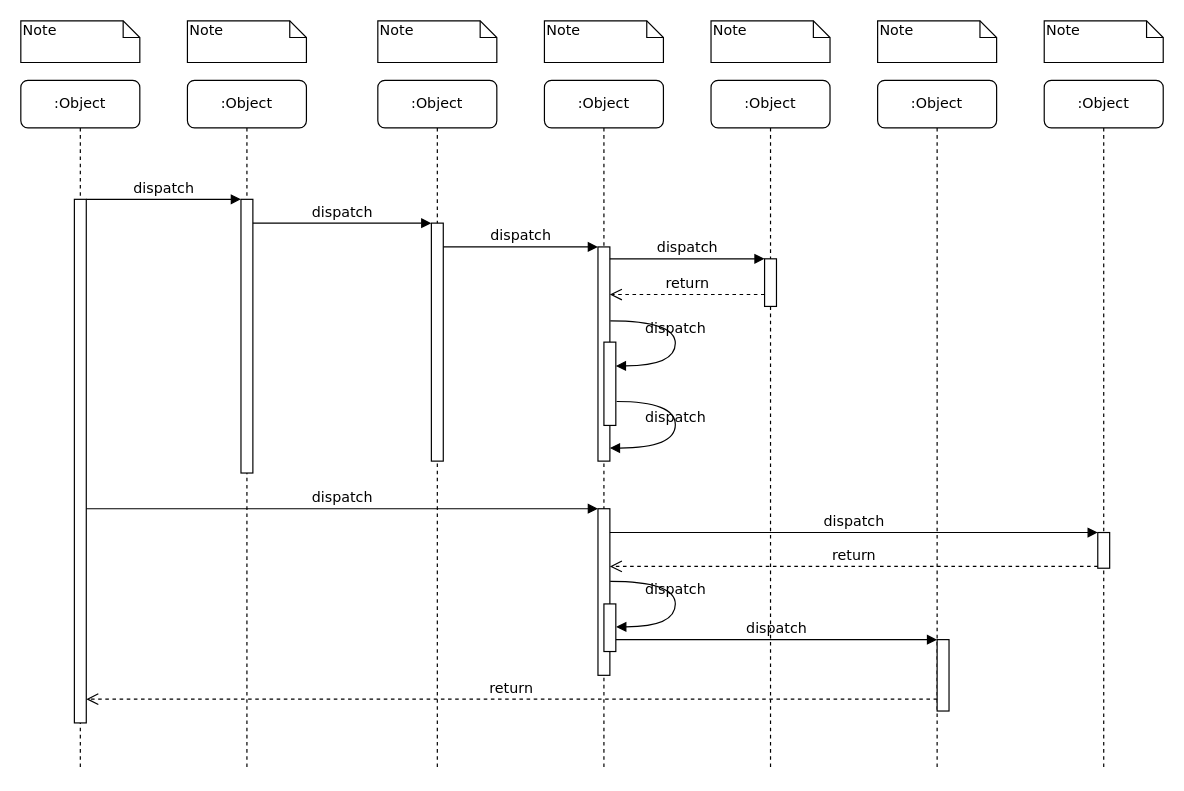
The draw.io diagram Doc/visuals/uml/sequence.diagram.lbms.drawio in Bibin02/LBMS, before the edit. Source tidied: cells renumbered, new cells numbered last; positions are measured from the earlier drawing's top-left corner, leaving out a move shared by most shapes. Both pictures are drawn from the tidied source at 119%, with x=0, y=0 at pixel (20, 20).
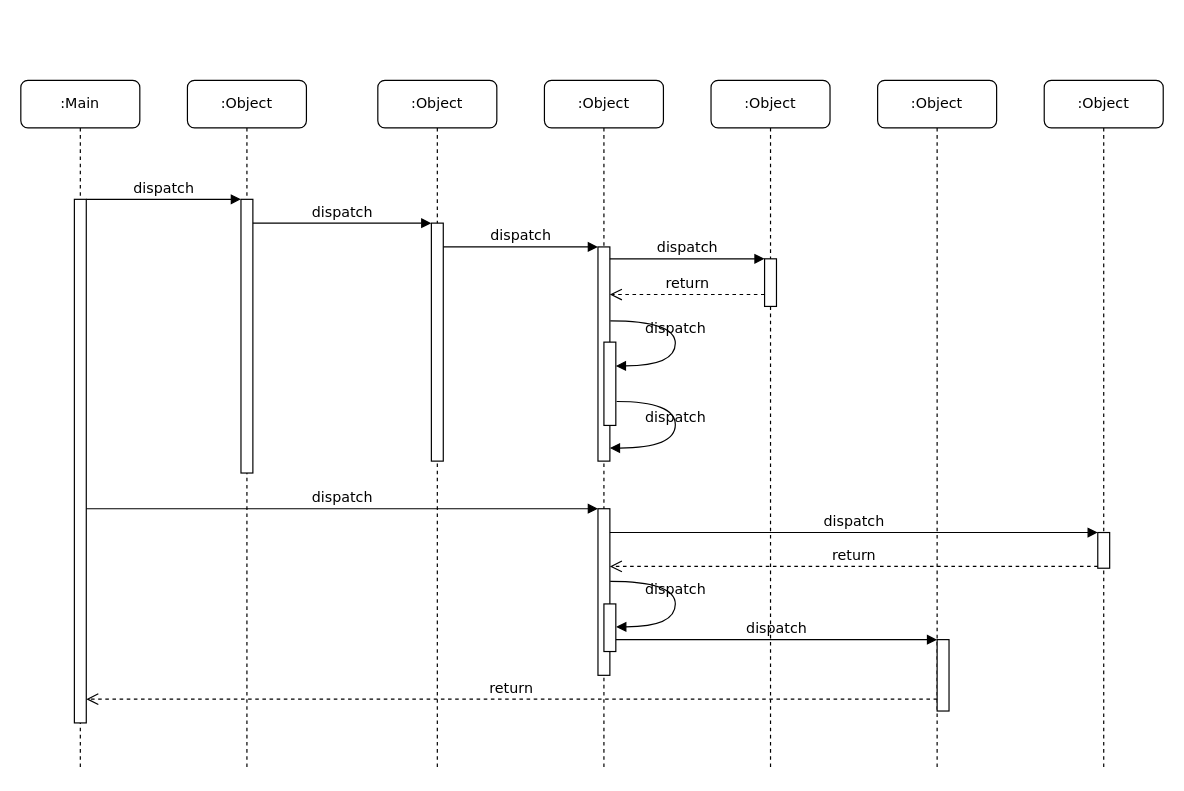
The same diagram, later.

Commit message (it also covers changes not shown here):
sequence diagram (booking, sell-lend) 1

Diff of the diagram source:
```diff
@@
-    <mxCell id="10" value=":Object" style="shape=umlLifeline;perimeter=lifelinePerimeter;whiteSpace=wrap;html=1;rounded=1;shadow=0;comic=0;labelBackgroundColor=none;strokeWidth=1;fontFamily=Verdana;fontSize=12;align=center;" parent="1" vertex="1">
+    <mxCell id="10" value=":Main" style="shape=umlLifeline;perimeter=lifelinePerimeter;whiteSpace=wrap;html=1;rounded=1;shadow=0;comic=0;labelBackgroundColor=none;strokeWidth=1;fontFamily=Verdana;fontSize=12;align=center;" parent="1" vertex="1">
       <mxGeometry y="50" width="100" height="580" as="geometry" />
     </mxCell>
@@
-    <mxCell id="32" value="Note" style="shape=note;whiteSpace=wrap;html=1;size=14;verticalAlign=top;align=left;spacingTop=-6;rounded=0;shadow=0;comic=0;labelBackgroundColor=none;strokeWidth=1;fontFamily=Verdana;fontSize=12;" parent="1" vertex="1">
-      <mxGeometry width="100" height="35" as="geometry" />
-    </mxCell>
-    <mxCell id="33" value="Note" style="shape=note;whiteSpace=wrap;html=1;size=14;verticalAlign=top;align=left;spacingTop=-6;rounded=0;shadow=0;comic=0;labelBackgroundColor=none;strokeWidth=1;fontFamily=Verdana;fontSize=12;" parent="1" vertex="1">
-      <mxGeometry x="140" width="100" height="35" as="geometry" />
-    </mxCell>
-    <mxCell id="34" value="Note" style="shape=note;whiteSpace=wrap;html=1;size=14;verticalAlign=top;align=left;spacingTop=-6;rounded=0;shadow=0;comic=0;labelBackgroundColor=none;strokeWidth=1;fontFamily=Verdana;fontSize=12;" parent="1" vertex="1">
-      <mxGeometry x="300" width="100" height="35" as="geometry" />
-    </mxCell>
-    <mxCell id="35" value="Note" style="shape=note;whiteSpace=wrap;html=1;size=14;verticalAlign=top;align=left;spacingTop=-6;rounded=0;shadow=0;comic=0;labelBackgroundColor=none;strokeWidth=1;fontFamily=Verdana;fontSize=12;" parent="1" vertex="1">
-      <mxGeometry x="440" width="100" height="35" as="geometry" />
-    </mxCell>
-    <mxCell id="36" value="Note" style="shape=note;whiteSpace=wrap;html=1;size=14;verticalAlign=top;align=left;spacingTop=-6;rounded=0;shadow=0;comic=0;labelBackgroundColor=none;strokeWidth=1;fontFamily=Verdana;fontSize=12;" parent="1" vertex="1">
-      <mxGeometry x="580" width="100" height="35" as="geometry" />
-    </mxCell>
-    <mxCell id="37" value="Note" style="shape=note;whiteSpace=wrap;html=1;size=14;verticalAlign=top;align=left;spacingTop=-6;rounded=0;shadow=0;comic=0;labelBackgroundColor=none;strokeWidth=1;fontFamily=Verdana;fontSize=12;" parent="1" vertex="1">
-      <mxGeometry x="720" width="100" height="35" as="geometry" />
-    </mxCell>
-    <mxCell id="38" value="Note" style="shape=note;whiteSpace=wrap;html=1;size=14;verticalAlign=top;align=left;spacingTop=-6;rounded=0;shadow=0;comic=0;labelBackgroundColor=none;strokeWidth=1;fontFamily=Verdana;fontSize=12;" parent="1" vertex="1">
-      <mxGeometry x="860" width="100" height="35" as="geometry" />
-    </mxCell>
```
